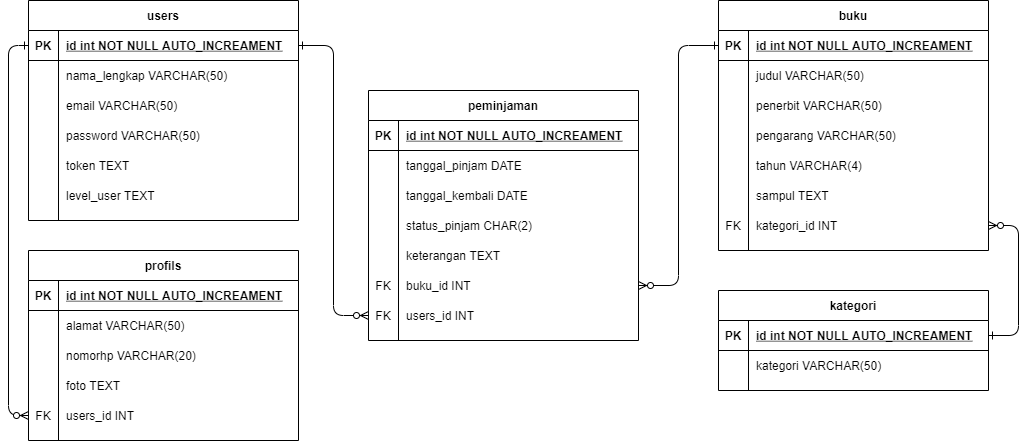
This is perpustakaan-erd.png from abiyogasanjaya/perpustakaan, a draw.io export, as it was before one commit. Source tidied: cells renumbered, new cells last; positions are measured from the earlier drawing's top-left corner, leaving out a move shared by most shapes. Its diagram source:
```xml
<mxGraphModel>
  <root>
    <mxCell id="0" />
    <mxCell id="1" parent="0" />
    <mxCell id="2" style="edgeStyle=orthogonalEdgeStyle;endArrow=ERzeroToMany;startArrow=ERone;endFill=1;startFill=0;entryX=0;entryY=0.5;entryDx=0;entryDy=0;exitX=0;exitY=0.5;exitDx=0;exitDy=0;" parent="1" edge="1" source="4" target="35">
      <mxGeometry relative="1" as="geometry">
        <Array as="points">
          <mxPoint y="45" />
          <mxPoint y="415" />
        </Array>
      </mxGeometry>
    </mxCell>
    <mxCell id="3" value="users" style="shape=table;startSize=30;rowLines=0;fontStyle=1;align=center;" parent="1" vertex="1">
      <mxGeometry x="20" width="270" height="220" as="geometry" />
    </mxCell>
    <mxCell id="4" style="shape=partialRectangle;fillColor=none;points=[[0,0.5],[1,0.5]];portConstraint=eastwest;top=0;left=0;right=0;bottom=1;" parent="3" vertex="1">
      <mxGeometry y="30" width="270" height="30" as="geometry" />
    </mxCell>
    <mxCell id="5" value="PK" style="shape=partialRectangle;overflow=hidden;fillColor=none;top=0;left=0;bottom=0;right=0;fontStyle=1;" parent="4" vertex="1">
      <mxGeometry width="30" height="30" as="geometry" />
    </mxCell>
    <mxCell id="6" value="id int NOT NULL AUTO_INCREAMENT" style="shape=partialRectangle;overflow=hidden;fillColor=none;top=0;left=0;bottom=0;right=0;align=left;spacingLeft=6;fontStyle=5;" parent="4" vertex="1">
      <mxGeometry x="30" width="240" height="30" as="geometry" />
    </mxCell>
    <mxCell id="7" style="shape=partialRectangle;fillColor=none;top=0;left=0;right=0;bottom=0;" parent="3" vertex="1">
      <mxGeometry y="60" width="270" height="30" as="geometry" />
    </mxCell>
    <mxCell id="8" style="shape=partialRectangle;overflow=hidden;fillColor=none;top=0;left=0;bottom=0;right=0;" parent="7" vertex="1">
      <mxGeometry width="30" height="30" as="geometry" />
    </mxCell>
    <mxCell id="9" value="nama_lengkap VARCHAR(50)" style="shape=partialRectangle;overflow=hidden;fillColor=none;top=0;left=0;bottom=0;right=0;align=left;spacingLeft=6;" parent="7" vertex="1">
      <mxGeometry x="30" width="240" height="30" as="geometry" />
    </mxCell>
    <mxCell id="10" style="shape=partialRectangle;fillColor=none;top=0;left=0;right=0;bottom=0;" parent="3" vertex="1">
      <mxGeometry y="90" width="270" height="30" as="geometry" />
    </mxCell>
    <mxCell id="11" style="shape=partialRectangle;overflow=hidden;fillColor=none;top=0;left=0;bottom=0;right=0;" parent="10" vertex="1">
      <mxGeometry width="30" height="30" as="geometry" />
    </mxCell>
    <mxCell id="12" value="email VARCHAR(50)" style="shape=partialRectangle;overflow=hidden;fillColor=none;top=0;left=0;bottom=0;right=0;align=left;spacingLeft=6;" parent="10" vertex="1">
      <mxGeometry x="30" width="240" height="30" as="geometry" />
    </mxCell>
    <mxCell id="13" style="shape=partialRectangle;fillColor=none;top=0;left=0;right=0;bottom=0;" parent="3" vertex="1">
      <mxGeometry y="120" width="270" height="30" as="geometry" />
    </mxCell>
    <mxCell id="14" style="shape=partialRectangle;overflow=hidden;fillColor=none;top=0;left=0;bottom=0;right=0;" parent="13" vertex="1">
      <mxGeometry width="30" height="30" as="geometry" />
    </mxCell>
    <mxCell id="15" value="password VARCHAR(50)" style="shape=partialRectangle;overflow=hidden;fillColor=none;top=0;left=0;bottom=0;right=0;align=left;spacingLeft=6;" parent="13" vertex="1">
      <mxGeometry x="30" width="240" height="30" as="geometry" />
    </mxCell>
    <mxCell id="16" style="shape=partialRectangle;fillColor=none;top=0;left=0;right=0;bottom=0;" parent="3" vertex="1">
      <mxGeometry y="150" width="270" height="30" as="geometry" />
    </mxCell>
    <mxCell id="17" style="shape=partialRectangle;overflow=hidden;fillColor=none;top=0;left=0;bottom=0;right=0;" parent="16" vertex="1">
      <mxGeometry width="30" height="30" as="geometry" />
    </mxCell>
    <mxCell id="18" value="token TEXT" style="shape=partialRectangle;overflow=hidden;fillColor=none;top=0;left=0;bottom=0;right=0;align=left;spacingLeft=6;" parent="16" vertex="1">
      <mxGeometry x="30" width="240" height="30" as="geometry" />
    </mxCell>
    <mxCell id="19" style="shape=partialRectangle;fillColor=none;top=0;left=0;right=0;bottom=0;" parent="3" vertex="1">
      <mxGeometry y="180" width="270" height="30" as="geometry" />
    </mxCell>
    <mxCell id="20" style="shape=partialRectangle;overflow=hidden;fillColor=none;top=0;left=0;bottom=0;right=0;" parent="19" vertex="1">
      <mxGeometry width="30" height="30" as="geometry" />
    </mxCell>
    <mxCell id="21" value="level_user TEXT" style="shape=partialRectangle;overflow=hidden;fillColor=none;top=0;left=0;bottom=0;right=0;align=left;spacingLeft=6;" parent="19" vertex="1">
      <mxGeometry x="30" width="240" height="30" as="geometry" />
    </mxCell>
    <mxCell id="22" value="profils" style="shape=table;startSize=30;rowLines=0;fontStyle=1;align=center;" parent="1" vertex="1">
      <mxGeometry x="20" y="250" width="270" height="190" as="geometry" />
    </mxCell>
    <mxCell id="23" style="shape=partialRectangle;fillColor=none;points=[[0,0.5],[1,0.5]];portConstraint=eastwest;top=0;left=0;right=0;bottom=1;" parent="22" vertex="1">
      <mxGeometry y="30" width="270" height="30" as="geometry" />
    </mxCell>
    <mxCell id="24" value="PK" style="shape=partialRectangle;overflow=hidden;fillColor=none;top=0;left=0;bottom=0;right=0;fontStyle=1;" parent="23" vertex="1">
      <mxGeometry width="30" height="30" as="geometry" />
    </mxCell>
    <mxCell id="25" value="id int NOT NULL AUTO_INCREAMENT" style="shape=partialRectangle;overflow=hidden;fillColor=none;top=0;left=0;bottom=0;right=0;align=left;spacingLeft=6;fontStyle=5;" parent="23" vertex="1">
      <mxGeometry x="30" width="240" height="30" as="geometry" />
    </mxCell>
    <mxCell id="26" style="shape=partialRectangle;fillColor=none;top=0;left=0;right=0;bottom=0;" parent="22" vertex="1">
      <mxGeometry y="60" width="270" height="30" as="geometry" />
    </mxCell>
    <mxCell id="27" style="shape=partialRectangle;overflow=hidden;fillColor=none;top=0;left=0;bottom=0;right=0;" parent="26" vertex="1">
      <mxGeometry width="30" height="30" as="geometry" />
    </mxCell>
    <mxCell id="28" value="alamat VARCHAR(50)" style="shape=partialRectangle;overflow=hidden;fillColor=none;top=0;left=0;bottom=0;right=0;align=left;spacingLeft=6;" parent="26" vertex="1">
      <mxGeometry x="30" width="240" height="30" as="geometry" />
    </mxCell>
    <mxCell id="29" style="shape=partialRectangle;fillColor=none;top=0;left=0;right=0;bottom=0;" parent="22" vertex="1">
      <mxGeometry y="90" width="270" height="30" as="geometry" />
    </mxCell>
    <mxCell id="30" style="shape=partialRectangle;overflow=hidden;fillColor=none;top=0;left=0;bottom=0;right=0;" parent="29" vertex="1">
      <mxGeometry width="30" height="30" as="geometry" />
    </mxCell>
    <mxCell id="31" value="nomorhp VARCHAR(20)" style="shape=partialRectangle;overflow=hidden;fillColor=none;top=0;left=0;bottom=0;right=0;align=left;spacingLeft=6;" parent="29" vertex="1">
      <mxGeometry x="30" width="240" height="30" as="geometry" />
    </mxCell>
    <mxCell id="32" style="shape=partialRectangle;fillColor=none;top=0;left=0;right=0;bottom=0;" parent="22" vertex="1">
      <mxGeometry y="120" width="270" height="30" as="geometry" />
    </mxCell>
    <mxCell id="33" style="shape=partialRectangle;overflow=hidden;fillColor=none;top=0;left=0;bottom=0;right=0;" parent="32" vertex="1">
      <mxGeometry width="30" height="30" as="geometry" />
    </mxCell>
    <mxCell id="34" value="foto TEXT" style="shape=partialRectangle;overflow=hidden;fillColor=none;top=0;left=0;bottom=0;right=0;align=left;spacingLeft=6;" parent="32" vertex="1">
      <mxGeometry x="30" width="240" height="30" as="geometry" />
    </mxCell>
    <mxCell id="35" style="shape=partialRectangle;fillColor=none;points=[[0,0.5],[1,0.5]];portConstraint=eastwest;top=0;left=0;right=0;bottom=0;" parent="22" vertex="1">
      <mxGeometry y="150" width="270" height="30" as="geometry" />
    </mxCell>
    <mxCell id="36" value="FK" style="shape=partialRectangle;overflow=hidden;fillColor=none;top=0;left=0;bottom=0;right=0;" parent="35" vertex="1">
      <mxGeometry width="30" height="30" as="geometry" />
    </mxCell>
    <mxCell id="37" value="users_id INT" style="shape=partialRectangle;overflow=hidden;fillColor=none;top=0;left=0;bottom=0;right=0;align=left;spacingLeft=6;" parent="35" vertex="1">
      <mxGeometry x="30" width="240" height="30" as="geometry" />
    </mxCell>
    <mxCell id="38" value="kategori" style="shape=table;startSize=30;rowLines=0;fontStyle=1;align=center;" parent="1" vertex="1">
      <mxGeometry x="710" y="290" width="270" height="100" as="geometry" />
    </mxCell>
    <mxCell id="39" style="shape=partialRectangle;fillColor=none;points=[[0,0.5],[1,0.5]];portConstraint=eastwest;top=0;left=0;right=0;bottom=1;" parent="38" vertex="1">
      <mxGeometry y="30" width="270" height="30" as="geometry" />
    </mxCell>
    <mxCell id="40" value="PK" style="shape=partialRectangle;overflow=hidden;fillColor=none;top=0;left=0;bottom=0;right=0;fontStyle=1;" parent="39" vertex="1">
      <mxGeometry width="30" height="30" as="geometry" />
    </mxCell>
    <mxCell id="41" value="id int NOT NULL AUTO_INCREAMENT" style="shape=partialRectangle;overflow=hidden;fillColor=none;top=0;left=0;bottom=0;right=0;align=left;spacingLeft=6;fontStyle=5;" parent="39" vertex="1">
      <mxGeometry x="30" width="240" height="30" as="geometry" />
    </mxCell>
    <mxCell id="42" style="shape=partialRectangle;fillColor=none;top=0;left=0;right=0;bottom=0;" parent="38" vertex="1">
      <mxGeometry y="60" width="270" height="30" as="geometry" />
    </mxCell>
    <mxCell id="43" style="shape=partialRectangle;overflow=hidden;fillColor=none;top=0;left=0;bottom=0;right=0;" parent="42" vertex="1">
      <mxGeometry width="30" height="30" as="geometry" />
    </mxCell>
    <mxCell id="44" value="kategori VARCHAR(50)" style="shape=partialRectangle;overflow=hidden;fillColor=none;top=0;left=0;bottom=0;right=0;align=left;spacingLeft=6;" parent="42" vertex="1">
      <mxGeometry x="30" width="240" height="30" as="geometry" />
    </mxCell>
    <mxCell id="45" value="buku" style="shape=table;startSize=30;rowLines=0;fontStyle=1;align=center;" parent="1" vertex="1">
      <mxGeometry x="710" width="270" height="250" as="geometry" />
    </mxCell>
    <mxCell id="46" style="shape=partialRectangle;fillColor=none;points=[[0,0.5],[1,0.5]];portConstraint=eastwest;top=0;left=0;right=0;bottom=1;" parent="45" vertex="1">
      <mxGeometry y="30" width="270" height="30" as="geometry" />
    </mxCell>
    <mxCell id="47" value="PK" style="shape=partialRectangle;overflow=hidden;fillColor=none;top=0;left=0;bottom=0;right=0;fontStyle=1;" parent="46" vertex="1">
      <mxGeometry width="30" height="30" as="geometry" />
    </mxCell>
    <mxCell id="48" value="id int NOT NULL AUTO_INCREAMENT" style="shape=partialRectangle;overflow=hidden;fillColor=none;top=0;left=0;bottom=0;right=0;align=left;spacingLeft=6;fontStyle=5;" parent="46" vertex="1">
      <mxGeometry x="30" width="240" height="30" as="geometry" />
    </mxCell>
    <mxCell id="49" style="shape=partialRectangle;fillColor=none;top=0;left=0;right=0;bottom=0;" parent="45" vertex="1">
      <mxGeometry y="60" width="270" height="30" as="geometry" />
    </mxCell>
    <mxCell id="50" style="shape=partialRectangle;overflow=hidden;fillColor=none;top=0;left=0;bottom=0;right=0;" parent="49" vertex="1">
      <mxGeometry width="30" height="30" as="geometry" />
    </mxCell>
    <mxCell id="51" value="judul VARCHAR(50)" style="shape=partialRectangle;overflow=hidden;fillColor=none;top=0;left=0;bottom=0;right=0;align=left;spacingLeft=6;" parent="49" vertex="1">
      <mxGeometry x="30" width="240" height="30" as="geometry" />
    </mxCell>
    <mxCell id="52" style="shape=partialRectangle;fillColor=none;top=0;left=0;right=0;bottom=0;" parent="45" vertex="1">
      <mxGeometry y="90" width="270" height="30" as="geometry" />
    </mxCell>
    <mxCell id="53" style="shape=partialRectangle;overflow=hidden;fillColor=none;top=0;left=0;bottom=0;right=0;" parent="52" vertex="1">
      <mxGeometry width="30" height="30" as="geometry" />
    </mxCell>
    <mxCell id="54" value="penerbit VARCHAR(50)" style="shape=partialRectangle;overflow=hidden;fillColor=none;top=0;left=0;bottom=0;right=0;align=left;spacingLeft=6;" parent="52" vertex="1">
      <mxGeometry x="30" width="240" height="30" as="geometry" />
    </mxCell>
    <mxCell id="55" style="shape=partialRectangle;fillColor=none;top=0;left=0;right=0;bottom=0;" parent="45" vertex="1">
      <mxGeometry y="120" width="270" height="30" as="geometry" />
    </mxCell>
    <mxCell id="56" style="shape=partialRectangle;overflow=hidden;fillColor=none;top=0;left=0;bottom=0;right=0;" parent="55" vertex="1">
      <mxGeometry width="30" height="30" as="geometry" />
    </mxCell>
    <mxCell id="57" value="pengarang VARCHAR(50)" style="shape=partialRectangle;overflow=hidden;fillColor=none;top=0;left=0;bottom=0;right=0;align=left;spacingLeft=6;" parent="55" vertex="1">
      <mxGeometry x="30" width="240" height="30" as="geometry" />
    </mxCell>
    <mxCell id="58" style="shape=partialRectangle;fillColor=none;top=0;left=0;right=0;bottom=0;" parent="45" vertex="1">
      <mxGeometry y="150" width="270" height="30" as="geometry" />
    </mxCell>
    <mxCell id="59" style="shape=partialRectangle;overflow=hidden;fillColor=none;top=0;left=0;bottom=0;right=0;" parent="58" vertex="1">
      <mxGeometry width="30" height="30" as="geometry" />
    </mxCell>
    <mxCell id="60" value="tahun VARCHAR(4)" style="shape=partialRectangle;overflow=hidden;fillColor=none;top=0;left=0;bottom=0;right=0;align=left;spacingLeft=6;" parent="58" vertex="1">
      <mxGeometry x="30" width="240" height="30" as="geometry" />
    </mxCell>
    <mxCell id="61" style="shape=partialRectangle;fillColor=none;top=0;left=0;right=0;bottom=0;" parent="45" vertex="1">
      <mxGeometry y="180" width="270" height="30" as="geometry" />
    </mxCell>
    <mxCell id="62" style="shape=partialRectangle;overflow=hidden;fillColor=none;top=0;left=0;bottom=0;right=0;" parent="61" vertex="1">
      <mxGeometry width="30" height="30" as="geometry" />
    </mxCell>
    <mxCell id="63" value="sampul TEXT" style="shape=partialRectangle;overflow=hidden;fillColor=none;top=0;left=0;bottom=0;right=0;align=left;spacingLeft=6;" parent="61" vertex="1">
      <mxGeometry x="30" width="240" height="30" as="geometry" />
    </mxCell>
    <mxCell id="64" style="shape=partialRectangle;fillColor=none;points=[[0,0.5],[1,0.5]];portConstraint=eastwest;top=0;left=0;right=0;bottom=0;" parent="45" vertex="1">
      <mxGeometry y="210" width="270" height="30" as="geometry" />
    </mxCell>
    <mxCell id="65" value="FK" style="shape=partialRectangle;overflow=hidden;fillColor=none;top=0;left=0;bottom=0;right=0;" parent="64" vertex="1">
      <mxGeometry width="30" height="30" as="geometry" />
    </mxCell>
    <mxCell id="66" value="kategori_id INT" style="shape=partialRectangle;overflow=hidden;fillColor=none;top=0;left=0;bottom=0;right=0;align=left;spacingLeft=6;" parent="64" vertex="1">
      <mxGeometry x="30" width="240" height="30" as="geometry" />
    </mxCell>
    <mxCell id="67" style="edgeStyle=orthogonalEdgeStyle;endArrow=ERzeroToMany;startArrow=ERone;endFill=1;startFill=0;entryX=1;entryY=0.5;entryDx=0;entryDy=0;exitX=1;exitY=0.5;exitDx=0;exitDy=0;" parent="1" edge="1" source="39" target="64">
      <mxGeometry relative="1" as="geometry">
        <Array as="points">
          <mxPoint x="1010" y="335" />
          <mxPoint x="1010" y="225" />
        </Array>
      </mxGeometry>
    </mxCell>
    <mxCell id="68" value="peminjaman" style="shape=table;startSize=30;rowLines=0;fontStyle=1;align=center;" parent="1" vertex="1">
      <mxGeometry x="360" y="90" width="270" height="250" as="geometry" />
    </mxCell>
    <mxCell id="69" style="shape=partialRectangle;fillColor=none;top=0;left=0;right=0;bottom=1;" parent="68" vertex="1">
      <mxGeometry y="30" width="270" height="30" as="geometry" />
    </mxCell>
    <mxCell id="70" value="PK" style="shape=partialRectangle;overflow=hidden;fillColor=none;top=0;left=0;bottom=0;right=0;fontStyle=1;" parent="69" vertex="1">
      <mxGeometry width="30" height="30" as="geometry" />
    </mxCell>
    <mxCell id="71" value="id int NOT NULL AUTO_INCREAMENT" style="shape=partialRectangle;overflow=hidden;fillColor=none;top=0;left=0;bottom=0;right=0;align=left;spacingLeft=6;fontStyle=5;" parent="69" vertex="1">
      <mxGeometry x="30" width="240" height="30" as="geometry" />
    </mxCell>
    <mxCell id="72" style="shape=partialRectangle;fillColor=none;top=0;left=0;right=0;bottom=0;" parent="68" vertex="1">
      <mxGeometry y="60" width="270" height="30" as="geometry" />
    </mxCell>
    <mxCell id="73" style="shape=partialRectangle;overflow=hidden;fillColor=none;top=0;left=0;bottom=0;right=0;" parent="72" vertex="1">
      <mxGeometry width="30" height="30" as="geometry" />
    </mxCell>
    <mxCell id="74" value="tanggal_pinjam DATE" style="shape=partialRectangle;overflow=hidden;fillColor=none;top=0;left=0;bottom=0;right=0;align=left;spacingLeft=6;" parent="72" vertex="1">
      <mxGeometry x="30" width="240" height="30" as="geometry" />
    </mxCell>
    <mxCell id="75" style="shape=partialRectangle;fillColor=none;top=0;left=0;right=0;bottom=0;" parent="68" vertex="1">
      <mxGeometry y="90" width="270" height="30" as="geometry" />
    </mxCell>
    <mxCell id="76" style="shape=partialRectangle;overflow=hidden;fillColor=none;top=0;left=0;bottom=0;right=0;" parent="75" vertex="1">
      <mxGeometry width="30" height="30" as="geometry" />
    </mxCell>
    <mxCell id="77" value="tanggal_kembali DATE" style="shape=partialRectangle;overflow=hidden;fillColor=none;top=0;left=0;bottom=0;right=0;align=left;spacingLeft=6;" parent="75" vertex="1">
      <mxGeometry x="30" width="240" height="30" as="geometry" />
    </mxCell>
    <mxCell id="78" style="shape=partialRectangle;fillColor=none;top=0;left=0;right=0;bottom=0;" parent="68" vertex="1">
      <mxGeometry y="120" width="270" height="30" as="geometry" />
    </mxCell>
    <mxCell id="79" style="shape=partialRectangle;overflow=hidden;fillColor=none;top=0;left=0;bottom=0;right=0;" parent="78" vertex="1">
      <mxGeometry width="30" height="30" as="geometry" />
    </mxCell>
    <mxCell id="80" value="status_pinjam CHAR(2)" style="shape=partialRectangle;overflow=hidden;fillColor=none;top=0;left=0;bottom=0;right=0;align=left;spacingLeft=6;" parent="78" vertex="1">
      <mxGeometry x="30" width="240" height="30" as="geometry" />
    </mxCell>
    <mxCell id="81" style="shape=partialRectangle;fillColor=none;top=0;left=0;right=0;bottom=0;" parent="68" vertex="1">
      <mxGeometry y="150" width="270" height="30" as="geometry" />
    </mxCell>
    <mxCell id="82" style="shape=partialRectangle;overflow=hidden;fillColor=none;top=0;left=0;bottom=0;right=0;" parent="81" vertex="1">
      <mxGeometry width="30" height="30" as="geometry" />
    </mxCell>
    <mxCell id="83" value="keterangan TEXT" style="shape=partialRectangle;overflow=hidden;fillColor=none;top=0;left=0;bottom=0;right=0;align=left;spacingLeft=6;" parent="81" vertex="1">
      <mxGeometry x="30" width="240" height="30" as="geometry" />
    </mxCell>
    <mxCell id="84" style="shape=partialRectangle;fillColor=none;points=[[0,0.5],[1,0.5]];portConstraint=eastwest;top=0;left=0;right=0;bottom=0;" parent="68" vertex="1">
      <mxGeometry y="180" width="270" height="30" as="geometry" />
    </mxCell>
    <mxCell id="85" value="FK" style="shape=partialRectangle;overflow=hidden;fillColor=none;top=0;left=0;bottom=0;right=0;" parent="84" vertex="1">
      <mxGeometry width="30" height="30" as="geometry" />
    </mxCell>
    <mxCell id="86" value="buku_id INT" style="shape=partialRectangle;overflow=hidden;fillColor=none;top=0;left=0;bottom=0;right=0;align=left;spacingLeft=6;" parent="84" vertex="1">
      <mxGeometry x="30" width="240" height="30" as="geometry" />
    </mxCell>
    <mxCell id="87" style="shape=partialRectangle;fillColor=none;points=[[0,0.5],[1,0.5]];portConstraint=eastwest;top=0;left=0;right=0;bottom=0;" parent="68" vertex="1">
      <mxGeometry y="210" width="270" height="30" as="geometry" />
    </mxCell>
    <mxCell id="88" value="FK" style="shape=partialRectangle;overflow=hidden;fillColor=none;top=0;left=0;bottom=0;right=0;" parent="87" vertex="1">
      <mxGeometry width="30" height="30" as="geometry" />
    </mxCell>
    <mxCell id="89" value="users_id INT" style="shape=partialRectangle;overflow=hidden;fillColor=none;top=0;left=0;bottom=0;right=0;align=left;spacingLeft=6;" parent="87" vertex="1">
      <mxGeometry x="30" width="240" height="30" as="geometry" />
    </mxCell>
    <mxCell id="90" style="edgeStyle=orthogonalEdgeStyle;endArrow=ERzeroToMany;startArrow=ERone;endFill=1;startFill=0;entryX=0;entryY=0.5;entryDx=0;entryDy=0;exitX=1;exitY=0.5;exitDx=0;exitDy=0;" parent="1" edge="1" source="4" target="87">
      <mxGeometry relative="1" as="geometry" />
    </mxCell>
    <mxCell id="91" style="edgeStyle=orthogonalEdgeStyle;endArrow=ERzeroToMany;startArrow=ERone;endFill=1;startFill=0;entryX=1;entryY=0.5;entryDx=0;entryDy=0;exitX=0;exitY=0.5;exitDx=0;exitDy=0;" parent="1" edge="1" source="46" target="84">
      <mxGeometry relative="1" as="geometry" />
    </mxCell>
  </root>
</mxGraphModel>
```
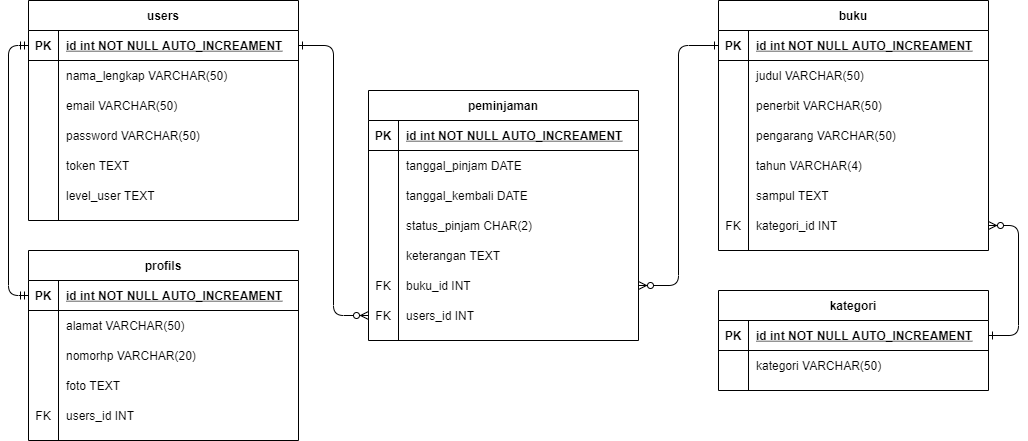
After the commit.

Diff of the diagram source:
```diff
@@ -2,14 +2,6 @@
   <root>
     <mxCell id="0" />
     <mxCell id="1" parent="0" />
-    <mxCell id="2" style="edgeStyle=orthogonalEdgeStyle;endArrow=ERzeroToMany;startArrow=ERone;endFill=1;startFill=0;entryX=0;entryY=0.5;entryDx=0;entryDy=0;exitX=0;exitY=0.5;exitDx=0;exitDy=0;" parent="1" edge="1" source="4" target="35">
-      <mxGeometry relative="1" as="geometry">
-        <Array as="points">
-          <mxPoint y="45" />
-          <mxPoint y="415" />
-        </Array>
-      </mxGeometry>
-    </mxCell>
     <mxCell id="3" value="users" style="shape=table;startSize=30;rowLines=0;fontStyle=1;align=center;" parent="1" vertex="1">
       <mxGeometry x="20" width="270" height="220" as="geometry" />
     </mxCell>
@@ -282,5 +274,13 @@
     <mxCell id="91" style="edgeStyle=orthogonalEdgeStyle;endArrow=ERzeroToMany;startArrow=ERone;endFill=1;startFill=0;entryX=1;entryY=0.5;entryDx=0;entryDy=0;exitX=0;exitY=0.5;exitDx=0;exitDy=0;" parent="1" edge="1" source="46" target="84">
       <mxGeometry relative="1" as="geometry" />
     </mxCell>
+    <mxCell id="92" style="edgeStyle=orthogonalEdgeStyle;fontSize=12;html=1;endArrow=ERmandOne;startArrow=ERmandOne;entryX=0;entryY=0.5;entryDx=0;entryDy=0;exitX=0;exitY=0.5;exitDx=0;exitDy=0;" parent="1" edge="1" source="23" target="4">
+      <mxGeometry relative="1" as="geometry">
+        <Array as="points">
+          <mxPoint y="295" />
+          <mxPoint y="45" />
+        </Array>
+      </mxGeometry>
+    </mxCell>
   </root>
 </mxGraphModel>
```
